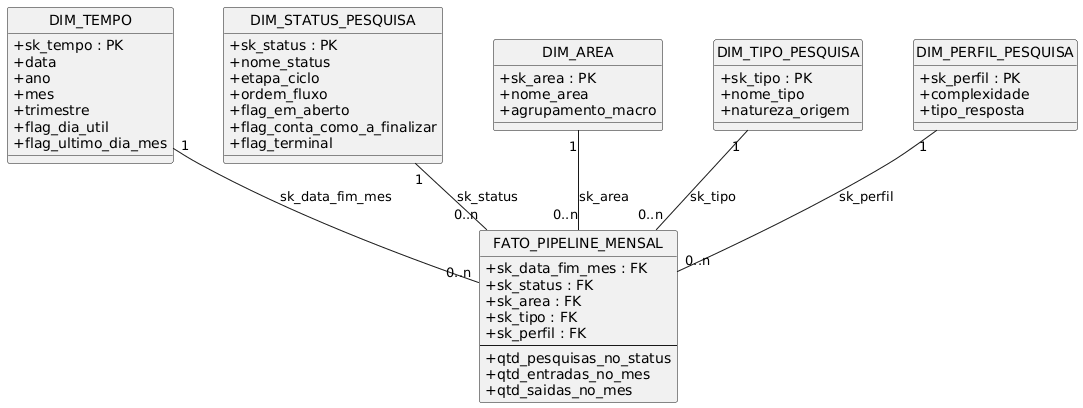
Before: docs/assets/prototipos-dashboards/imagens/cubo-03.png, a diagram exported from PlantUML (balb-0/Synapse). Source of this version:
```plantuml
@startuml
!define table(x) class x << (T,#FFAAAA) >>
!define fact(x) class x << (F,#AAFFAA) >>

hide circle
skinparam classAttributeIconSize 0
skinparam nodesep 50
skinparam ranksep 50

table(DIM_TEMPO) {
  + sk_tempo : PK
  + data
  + ano
  + mes
  + trimestre
  + flag_dia_util
  + flag_ultimo_dia_mes
}

table(DIM_STATUS_PESQUISA) {
  + sk_status : PK
  + nome_status
  + etapa_ciclo
  + ordem_fluxo
  + flag_em_aberto
  + flag_conta_como_a_finalizar
  + flag_terminal
}

table(DIM_AREA) {
  + sk_area : PK
  + nome_area
  + agrupamento_macro
}

table(DIM_TIPO_PESQUISA) {
  + sk_tipo : PK
  + nome_tipo
  + natureza_origem
}

table(DIM_PERFIL_PESQUISA) {
  + sk_perfil : PK
  + complexidade
  + tipo_resposta
}

fact(FATO_PIPELINE_MENSAL) {
  + sk_data_fim_mes : FK
  + sk_status : FK
  + sk_area : FK
  + sk_tipo : FK
  + sk_perfil : FK
  --
  + qtd_pesquisas_no_status
  + qtd_entradas_no_mes
  + qtd_saidas_no_mes
}

DIM_TEMPO "1" -- "0..n" FATO_PIPELINE_MENSAL : sk_data_fim_mes
DIM_STATUS_PESQUISA "1" -- "0..n" FATO_PIPELINE_MENSAL : sk_status
DIM_AREA "1" -- "0..n" FATO_PIPELINE_MENSAL : sk_area
DIM_TIPO_PESQUISA "1" -- "0..n" FATO_PIPELINE_MENSAL : sk_tipo
DIM_PERFIL_PESQUISA "1" -- "0..n" FATO_PIPELINE_MENSAL : sk_perfil
@enduml
```
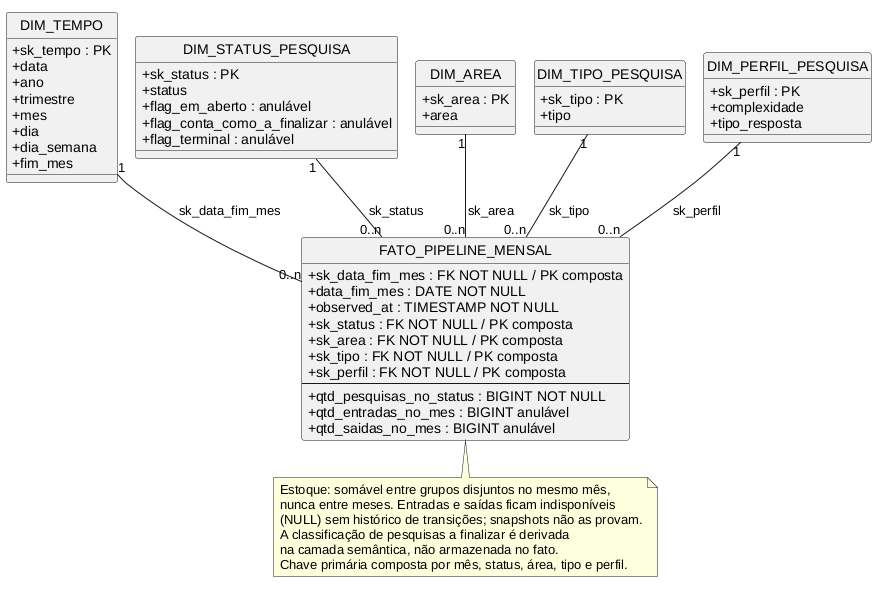
After the change.

Diff of the diagram source:
```diff
@@ -1,4 +1,5 @@
 @startuml
+
 !define table(x) class x << (T,#FFAAAA) >>
 !define fact(x) class x << (F,#AAFFAA) >>
 
@@ -11,32 +12,29 @@
   + sk_tempo : PK
   + data
   + ano
+  + trimestre
   + mes
-  + trimestre
-  + flag_dia_util
-  + flag_ultimo_dia_mes
+  + dia
+  + dia_semana
+  + fim_mes
 }
 
 table(DIM_STATUS_PESQUISA) {
   + sk_status : PK
-  + nome_status
-  + etapa_ciclo
-  + ordem_fluxo
-  + flag_em_aberto
-  + flag_conta_como_a_finalizar
-  + flag_terminal
+  + status
+  + flag_em_aberto : anulável
+  + flag_conta_como_a_finalizar : anulável
+  + flag_terminal : anulável
 }
 
 table(DIM_AREA) {
   + sk_area : PK
-  + nome_area
-  + agrupamento_macro
+  + area
 }
 
 table(DIM_TIPO_PESQUISA) {
   + sk_tipo : PK
-  + nome_tipo
-  + natureza_origem
+  + tipo
 }
 
 table(DIM_PERFIL_PESQUISA) {
@@ -46,15 +44,17 @@
 }
 
 fact(FATO_PIPELINE_MENSAL) {
-  + sk_data_fim_mes : FK
-  + sk_status : FK
-  + sk_area : FK
-  + sk_tipo : FK
-  + sk_perfil : FK
+  + sk_data_fim_mes : FK NOT NULL / PK composta
+  + data_fim_mes : DATE NOT NULL
+  + observed_at : TIMESTAMP NOT NULL
+  + sk_status : FK NOT NULL / PK composta
+  + sk_area : FK NOT NULL / PK composta
+  + sk_tipo : FK NOT NULL / PK composta
+  + sk_perfil : FK NOT NULL / PK composta
   --
-  + qtd_pesquisas_no_status
-  + qtd_entradas_no_mes
-  + qtd_saidas_no_mes
+  + qtd_pesquisas_no_status : BIGINT NOT NULL
+  + qtd_entradas_no_mes : BIGINT anulável
+  + qtd_saidas_no_mes : BIGINT anulável
 }
 
 DIM_TEMPO "1" -- "0..n" FATO_PIPELINE_MENSAL : sk_data_fim_mes
@@ -62,4 +62,14 @@
 DIM_AREA "1" -- "0..n" FATO_PIPELINE_MENSAL : sk_area
 DIM_TIPO_PESQUISA "1" -- "0..n" FATO_PIPELINE_MENSAL : sk_tipo
 DIM_PERFIL_PESQUISA "1" -- "0..n" FATO_PIPELINE_MENSAL : sk_perfil
+
+note bottom of FATO_PIPELINE_MENSAL
+  Estoque: somável entre grupos disjuntos no mesmo mês,
+  nunca entre meses. Entradas e saídas ficam indisponíveis
+  (NULL) sem histórico de transições; snapshots não as provam.
+  A classificação de pesquisas a finalizar é derivada
+  na camada semântica, não armazenada no fato.
+  Chave primária composta por mês, status, área, tipo e perfil.
+end note
+
 @enduml
```
